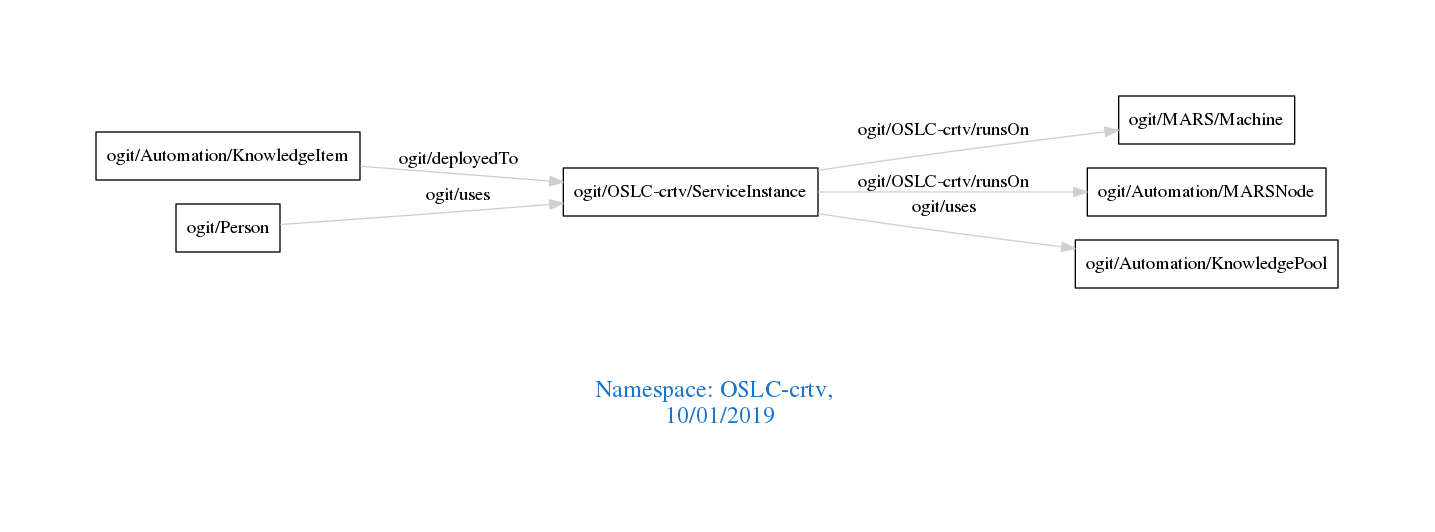
The Graphviz diagram downloads/OSLC-crtv.png in arago/OGIT, before a commit. Its source is kept beside it as downloads/OSLC-crtv.dot.
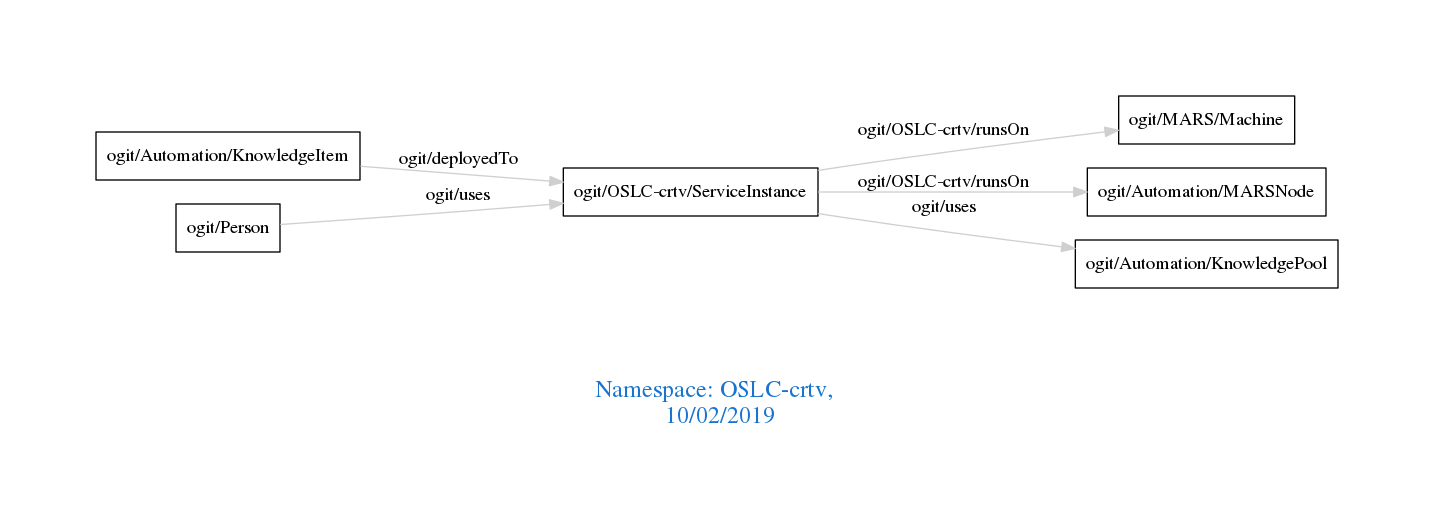
Above is the later version.

What changed in the source:
```diff
@@ -1,7 +1,7 @@
 digraph OGIT_ontology {
  graph [ rankdir= LR,pad=1
 fontsize = 18,
-fontcolor= dodgerblue3,label = "\n\n\nNamespace: OSLC-crtv, \n 10/01/2019"];
+fontcolor= dodgerblue3,label = "\n\n\nNamespace: OSLC-crtv, \n 10/02/2019"];
 node[shape=polygon];
 edge [  color="gray81"];
 
```
